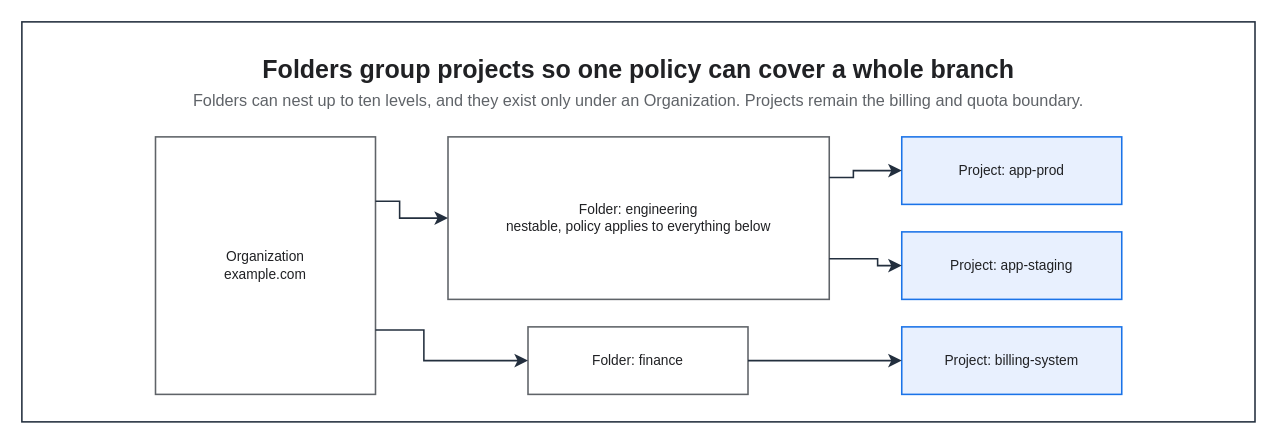
The draw.io diagram assets/img/gcp/gcp-org-tree.drawio in KKamJi98/kkamji98.github.io, before the edit. Source tidied: cells renumbered, new cells numbered last; positions are measured from the earlier drawing's top-left corner, leaving out a move shared by most shapes. Both pictures are drawn from the tidied source at 125%, with x=0, y=0 at pixel (21, 21).
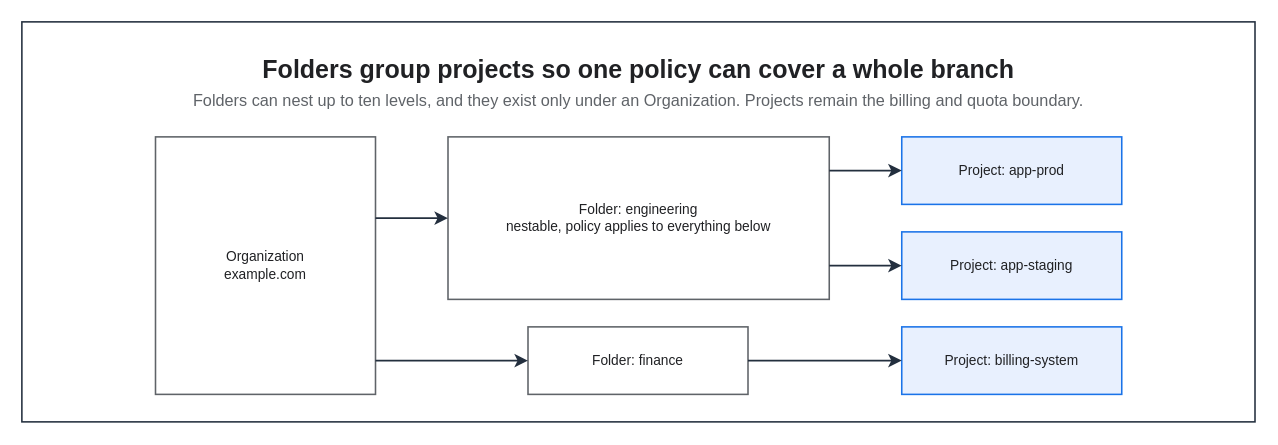
The same diagram, later.

Unchanged cells that the change refers to:
```xml
<mxCell id="5" value="Organization&#10;example.com" style="rounded=0;whiteSpace=wrap;html=0;fillColor=#FFFFFF;strokeColor=#5F6368;fontColor=#202124;fontSize=11;fontStyle=0;align=center;verticalAlign=middle;spacingLeft=6;spacingRight=6;strokeWidth=1.25;" parent="1" vertex="1">
  <mxGeometry x="106.9" y="92" width="176" height="206" as="geometry" />
</mxCell>
<mxCell id="6" value="Folder: engineering&#10;nestable, policy applies to everything below" style="rounded=0;whiteSpace=wrap;html=0;fillColor=#FFFFFF;strokeColor=#5F6368;fontColor=#202124;fontSize=11;fontStyle=0;align=center;verticalAlign=middle;spacingLeft=6;spacingRight=6;strokeWidth=1.25;" parent="1" vertex="1">
  <mxGeometry x="340.9" y="92" width="305" height="130" as="geometry" />
</mxCell>
<mxCell id="7" value="Folder: finance" style="rounded=0;whiteSpace=wrap;html=0;fillColor=#FFFFFF;strokeColor=#5F6368;fontColor=#202124;fontSize=11;fontStyle=0;align=center;verticalAlign=middle;spacingLeft=6;spacingRight=6;strokeWidth=1.25;" parent="1" vertex="1">
  <mxGeometry x="404.9" y="244" width="176" height="54" as="geometry" />
</mxCell>
<mxCell id="8" value="Project: app-prod" style="rounded=0;whiteSpace=wrap;html=0;fillColor=#E8F0FE;strokeColor=#1A73E8;fontColor=#202124;fontSize=11;fontStyle=0;align=center;verticalAlign=middle;spacingLeft=6;spacingRight=6;strokeWidth=1.25;" parent="1" vertex="1">
  <mxGeometry x="703.9" y="92" width="176" height="54" as="geometry" />
</mxCell>
<mxCell id="9" value="Project: app-staging" style="rounded=0;whiteSpace=wrap;html=0;fillColor=#E8F0FE;strokeColor=#1A73E8;fontColor=#202124;fontSize=11;fontStyle=0;align=center;verticalAlign=middle;spacingLeft=6;spacingRight=6;strokeWidth=1.25;" parent="1" vertex="1">
  <mxGeometry x="703.9" y="168" width="176" height="54" as="geometry" />
</mxCell>
```

Change to the diagram source:
```diff
@@
-    <mxCell id="11" style="edgeStyle=orthogonalEdgeStyle;rounded=0;html=0;strokeColor=#232F3E;strokeWidth=1.25;endArrow=classic;endFill=1;endSize=7;fontSize=11;fontColor=#202124;labelBackgroundColor=none;jettySize=14;exitX=1;exitY=0.25;entryX=0;entryY=0.5;exitDx=0;exitDy=0;entryDx=0;entryDy=0;" parent="1" edge="1" source="5" target="6">
-      <mxGeometry relative="1" as="geometry">
-        <Array as="points">
-          <mxPoint x="302.2" y="143.5" />
-          <mxPoint x="302.2" y="157" />
-        </Array>
-      </mxGeometry>
+    <mxCell id="11" style="edgeStyle=orthogonalEdgeStyle;rounded=0;html=0;strokeColor=#232F3E;strokeWidth=1.25;endArrow=classic;endFill=1;endSize=7;fontSize=11;fontColor=#202124;labelBackgroundColor=none;jettySize=14;exitX=1;exitY=0.3155;entryX=0;entryY=0.5;exitDx=0;exitDy=0;entryDx=0;entryDy=0;" parent="1" edge="1" source="5" target="6">
+      <mxGeometry relative="1" as="geometry" />
     </mxCell>
-    <mxCell id="12" style="edgeStyle=orthogonalEdgeStyle;rounded=0;html=0;strokeColor=#232F3E;strokeWidth=1.25;endArrow=classic;endFill=1;endSize=7;fontSize=11;fontColor=#202124;labelBackgroundColor=none;jettySize=14;exitX=1;exitY=0.75;entryX=0;entryY=0.5;exitDx=0;exitDy=0;entryDx=0;entryDy=0;" parent="1" edge="1" source="5" target="7">
-      <mxGeometry relative="1" as="geometry">
-        <Array as="points">
-          <mxPoint x="321.6" y="246.5" />
-          <mxPoint x="321.6" y="271" />
-        </Array>
-      </mxGeometry>
+    <mxCell id="12" style="edgeStyle=orthogonalEdgeStyle;rounded=0;html=0;strokeColor=#232F3E;strokeWidth=1.25;endArrow=classic;endFill=1;endSize=7;fontSize=11;fontColor=#202124;labelBackgroundColor=none;jettySize=14;exitX=1;exitY=0.8689;entryX=0;entryY=0.5;exitDx=0;exitDy=0;entryDx=0;entryDy=0;" parent="1" edge="1" source="5" target="7">
+      <mxGeometry relative="1" as="geometry" />
     </mxCell>
-    <mxCell id="13" style="edgeStyle=orthogonalEdgeStyle;rounded=0;html=0;strokeColor=#232F3E;strokeWidth=1.25;endArrow=classic;endFill=1;endSize=7;fontSize=11;fontColor=#202124;labelBackgroundColor=none;jettySize=14;exitX=1;exitY=0.25;entryX=0;entryY=0.5;exitDx=0;exitDy=0;entryDx=0;entryDy=0;" parent="1" edge="1" source="6" target="8">
-      <mxGeometry relative="1" as="geometry">
-        <Array as="points">
-          <mxPoint x="665.2" y="124.5" />
-          <mxPoint x="665.2" y="119" />
-        </Array>
-      </mxGeometry>
+    <mxCell id="13" style="edgeStyle=orthogonalEdgeStyle;rounded=0;html=0;strokeColor=#232F3E;strokeWidth=1.25;endArrow=classic;endFill=1;endSize=7;fontSize=11;fontColor=#202124;labelBackgroundColor=none;jettySize=14;exitX=1;exitY=0.2077;entryX=0;entryY=0.5;exitDx=0;exitDy=0;entryDx=0;entryDy=0;" parent="1" edge="1" source="6" target="8">
+      <mxGeometry relative="1" as="geometry" />
     </mxCell>
-    <mxCell id="14" style="edgeStyle=orthogonalEdgeStyle;rounded=0;html=0;strokeColor=#232F3E;strokeWidth=1.25;endArrow=classic;endFill=1;endSize=7;fontSize=11;fontColor=#202124;labelBackgroundColor=none;jettySize=14;exitX=1;exitY=0.75;entryX=0;entryY=0.5;exitDx=0;exitDy=0;entryDx=0;entryDy=0;" parent="1" edge="1" source="6" target="9">
-      <mxGeometry relative="1" as="geometry">
-        <Array as="points">
-          <mxPoint x="684.6" y="189.5" />
-          <mxPoint x="684.6" y="195" />
-        </Array>
-      </mxGeometry>
+    <mxCell id="14" style="edgeStyle=orthogonalEdgeStyle;rounded=0;html=0;strokeColor=#232F3E;strokeWidth=1.25;endArrow=classic;endFill=1;endSize=7;fontSize=11;fontColor=#202124;labelBackgroundColor=none;jettySize=14;exitX=1;exitY=0.7923;entryX=0;entryY=0.5;exitDx=0;exitDy=0;entryDx=0;entryDy=0;" parent="1" edge="1" source="6" target="9">
+      <mxGeometry relative="1" as="geometry" />
     </mxCell>
```
